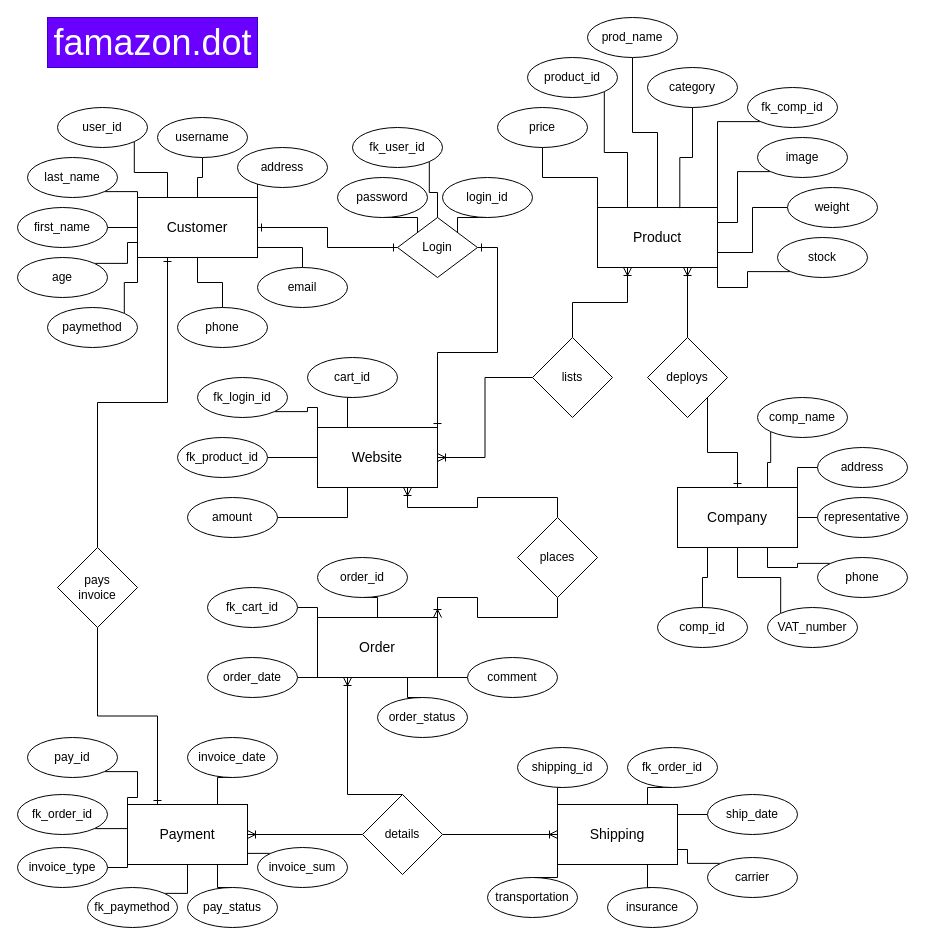
The draw.io diagram famazon_db_development/step2_db_ER-diagram.drawio in Senimtra/CF-CodeReview-09, before the edit. Source tidied: cells renumbered, new cells numbered last; positions are measured from the earlier drawing's top-left corner, leaving out a move shared by most shapes. Both pictures are drawn from the tidied source at 100%, with x=0, y=0 at pixel (17, 17).
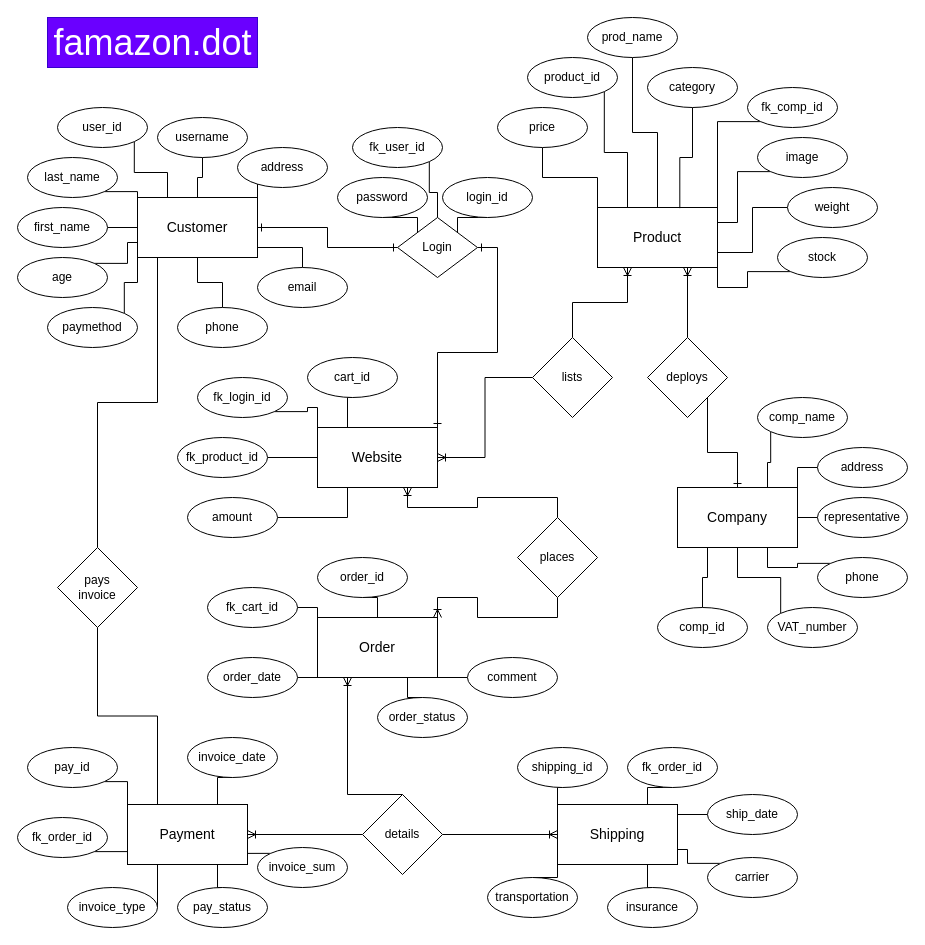
Above is the later version.

Commit message:
update line color

Unchanged cells that the change refers to:
```xml
<mxCell id="4" value="&lt;font style=&quot;font-size: 14px&quot;&gt;Customer&lt;/font&gt;" style="rounded=0;whiteSpace=wrap;html=1;" parent="1" vertex="1">
  <mxGeometry x="120" y="180" width="120" height="60" as="geometry" />
</mxCell>
<mxCell id="9" value="&lt;font style=&quot;font-size: 14px&quot;&gt;Payment&lt;/font&gt;" style="rounded=0;whiteSpace=wrap;html=1;" parent="1" vertex="1">
  <mxGeometry x="110" y="787" width="120" height="60" as="geometry" />
</mxCell>
<mxCell id="100" value="pays&lt;br&gt;invoice" style="rhombus;whiteSpace=wrap;html=1;" parent="1" vertex="1">
  <mxGeometry x="40" y="530" width="80" height="80" as="geometry" />
</mxCell>
```

What changed in the source:
```diff
@@
-    <mxCell id="90" style="edgeStyle=orthogonalEdgeStyle;rounded=0;jettySize=auto;html=1;exitX=1;exitY=0.5;exitDx=0;exitDy=0;entryX=0;entryY=1;entryDx=0;entryDy=0;startArrow=none;startFill=0;endArrow=none;endFill=0;" parent="1" edge="1" source="91" target="9">
-      <mxGeometry relative="1" as="geometry" />
+    <mxCell id="90" style="edgeStyle=orthogonalEdgeStyle;rounded=0;jettySize=auto;html=1;exitX=1;exitY=0.5;exitDx=0;exitDy=0;startArrow=none;startFill=0;endArrow=none;endFill=0;entryX=0.25;entryY=1;entryDx=0;entryDy=0;" parent="1" edge="1" source="91" target="9">
+      <mxGeometry relative="1" as="geometry">
+        <Array as="points">
+          <mxPoint x="140" y="890" />
+        </Array>
+      </mxGeometry>
     </mxCell>
     <mxCell id="91" value="invoice_type" style="ellipse;whiteSpace=wrap;html=1;" parent="1" vertex="1">
-      <mxGeometry y="830" width="90" height="40" as="geometry" />
+      <mxGeometry x="50" y="870" width="90" height="40" as="geometry" />
     </mxCell>
@@
-    <mxCell id="98" style="edgeStyle=orthogonalEdgeStyle;rounded=0;jettySize=auto;html=1;exitX=0.5;exitY=0;exitDx=0;exitDy=0;entryX=0.25;entryY=1;entryDx=0;entryDy=0;startArrow=none;startFill=0;endArrow=ERone;endFill=0;" parent="1" edge="1" source="100" target="4">
-      <mxGeometry relative="1" as="geometry" />
+    <mxCell id="98" style="edgeStyle=orthogonalEdgeStyle;rounded=0;jettySize=auto;html=1;exitX=0.5;exitY=0;exitDx=0;exitDy=0;entryX=0.25;entryY=1;entryDx=0;entryDy=0;startArrow=none;startFill=0;endArrow=none;endFill=0;" parent="1" edge="1" source="100" target="4">
+      <mxGeometry relative="1" as="geometry">
+        <Array as="points">
+          <mxPoint x="80" y="385" />
+          <mxPoint x="140" y="385" />
+          <mxPoint x="140" y="240" />
+        </Array>
+      </mxGeometry>
     </mxCell>
-    <mxCell id="99" style="edgeStyle=orthogonalEdgeStyle;rounded=0;jettySize=auto;html=1;exitX=0.5;exitY=1;exitDx=0;exitDy=0;entryX=0.25;entryY=0;entryDx=0;entryDy=0;startArrow=none;startFill=0;endArrow=ERone;endFill=0;" parent="1" edge="1" source="100" target="9">
+    <mxCell id="99" style="edgeStyle=orthogonalEdgeStyle;rounded=0;jettySize=auto;html=1;exitX=0.5;exitY=1;exitDx=0;exitDy=0;entryX=0.25;entryY=0;entryDx=0;entryDy=0;startArrow=none;startFill=0;endArrow=none;endFill=0;" parent="1" edge="1" source="100" target="9">
       <mxGeometry relative="1" as="geometry" />
     </mxCell>
@@
     <mxCell id="106" value="pay_status" style="ellipse;whiteSpace=wrap;html=1;" parent="1" vertex="1">
-      <mxGeometry x="170" y="870" width="90" height="40" as="geometry" />
+      <mxGeometry x="160" y="870" width="90" height="40" as="geometry" />
     </mxCell>
@@
     <mxCell id="108" value="fk_order_id" style="ellipse;whiteSpace=wrap;html=1;" parent="1" vertex="1">
-      <mxGeometry y="777" width="90" height="40" as="geometry" />
+      <mxGeometry y="800" width="90" height="40" as="geometry" />
     </mxCell>
@@
     <mxCell id="110" value="pay_id" style="ellipse;whiteSpace=wrap;html=1;" parent="1" vertex="1">
-      <mxGeometry x="10" y="720" width="90" height="40" as="geometry" />
+      <mxGeometry x="10" y="730" width="90" height="40" as="geometry" />
     </mxCell>
@@
-    <mxCell id="123" style="edgeStyle=orthogonalEdgeStyle;rounded=0;jettySize=auto;html=1;exitX=1;exitY=0;exitDx=0;exitDy=0;entryX=0.5;entryY=1;entryDx=0;entryDy=0;startArrow=none;startFill=0;endArrow=none;endFill=0;" parent="1" edge="1" source="124" target="9">
-      <mxGeometry relative="1" as="geometry" />
-    </mxCell>
-    <mxCell id="124" value="fk_paymethod" style="ellipse;whiteSpace=wrap;html=1;" parent="1" vertex="1">
-      <mxGeometry x="70" y="870" width="90" height="40" as="geometry" />
-    </mxCell>
```
